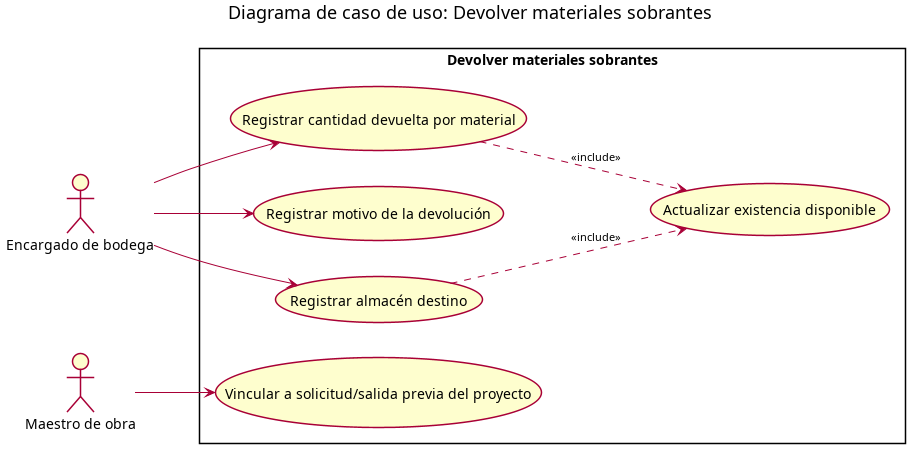
Above: docs/casos_de_uso/puml/CU-09.png in stevencardenas-dev/SINCOCO (PlantUML), before the change. Its source is kept beside it as docs/casos_de_uso/puml/CU-09.puml. The source it was exported from:
```plantuml
@startuml
skinparam backgroundColor white
skinparam usecase {
  BackgroundColor #FEFECE
  BorderColor #A80036
  ArrowColor #A80036
}
skinparam actor {
  BorderColor #A80036
  BackgroundColor #FEFECE
}
skinparam note {
  BackgroundColor #FFFFCC
  BorderColor #999999
}
skinparam ArrowFontSize 11
skinparam shadowing false
skinparam nodesep 35
skinparam ranksep 55
title Diagrama de caso de uso: Devolver materiales sobrantes
left to right direction
actor "Encargado de bodega" as B
actor "Maestro de obra" as M

rectangle "Devolver materiales sobrantes" {
  usecase "Vincular a solicitud/salida previa del proyecto" as UC1
  usecase "Registrar cantidad devuelta por material" as UC2
  usecase "Registrar motivo de la devolución" as UC3
  usecase "Registrar almacén destino" as UC4
  usecase "Actualizar existencia disponible" as UC5
}

M --> UC1
B --> UC2
B --> UC3
B --> UC4
UC2 ..> UC5 : <<include>>
UC4 ..> UC5 : <<include>>
@enduml
```
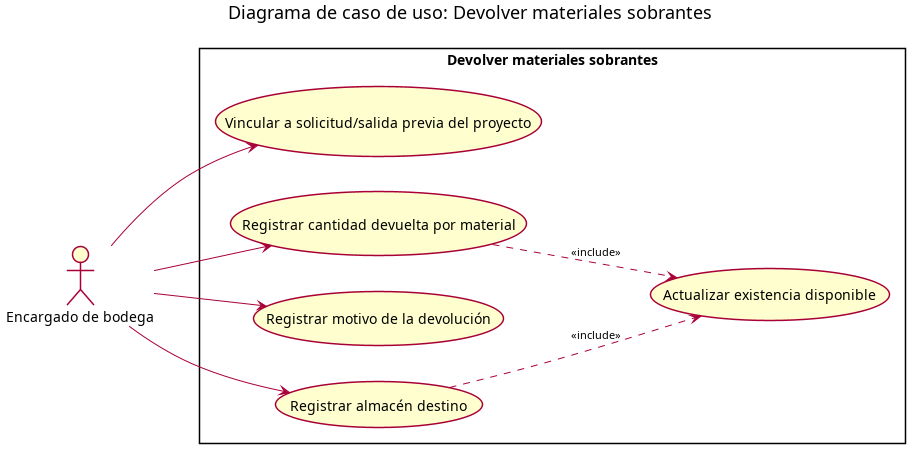
The same file after the commit.

Change to the diagram source:
```diff
@@ -20,7 +20,6 @@
 title Diagrama de caso de uso: Devolver materiales sobrantes
 left to right direction
 actor "Encargado de bodega" as B
-actor "Maestro de obra" as M
 
 rectangle "Devolver materiales sobrantes" {
   usecase "Vincular a solicitud/salida previa del proyecto" as UC1
@@ -30,7 +29,7 @@
   usecase "Actualizar existencia disponible" as UC5
 }
 
-M --> UC1
+B --> UC1
 B --> UC2
 B --> UC3
 B --> UC4
```
